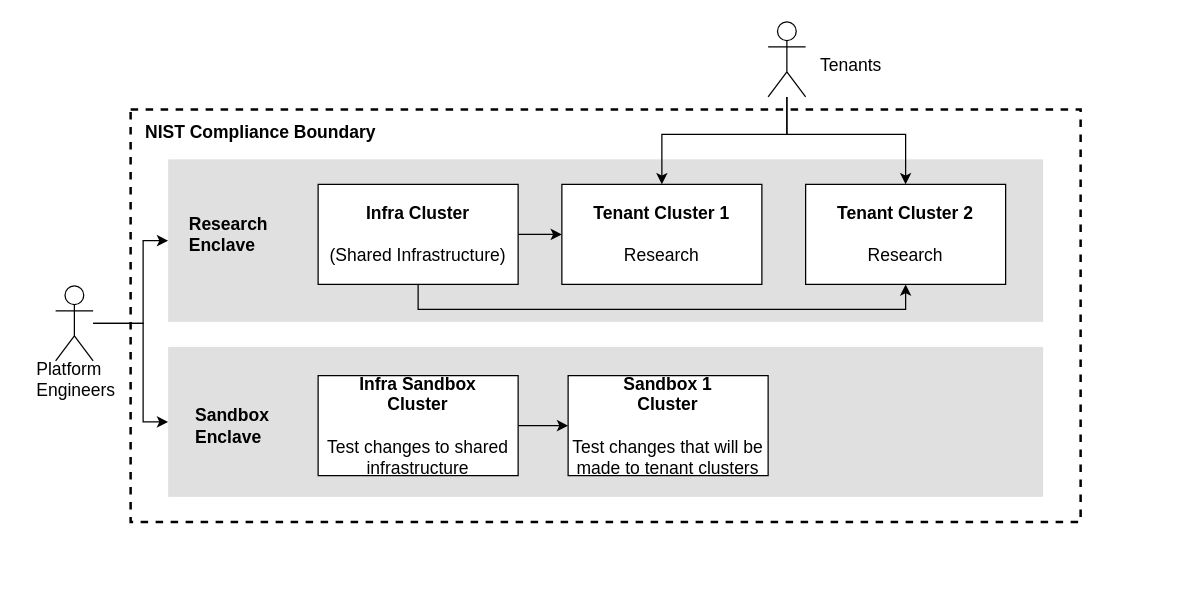
Above: page "Environments" (4 of 5) of diagrams/architecture-diagrams.drawio in CCI-MOC/ai-ivp (draw.io), before the change. Source tidied: cells renumbered, new cells numbered last; positions are measured from the earlier drawing's top-left corner, leaving out a move shared by most shapes. Both pictures are drawn from the tidied source at 125%, with x=0, y=0 at pixel (20, 21).
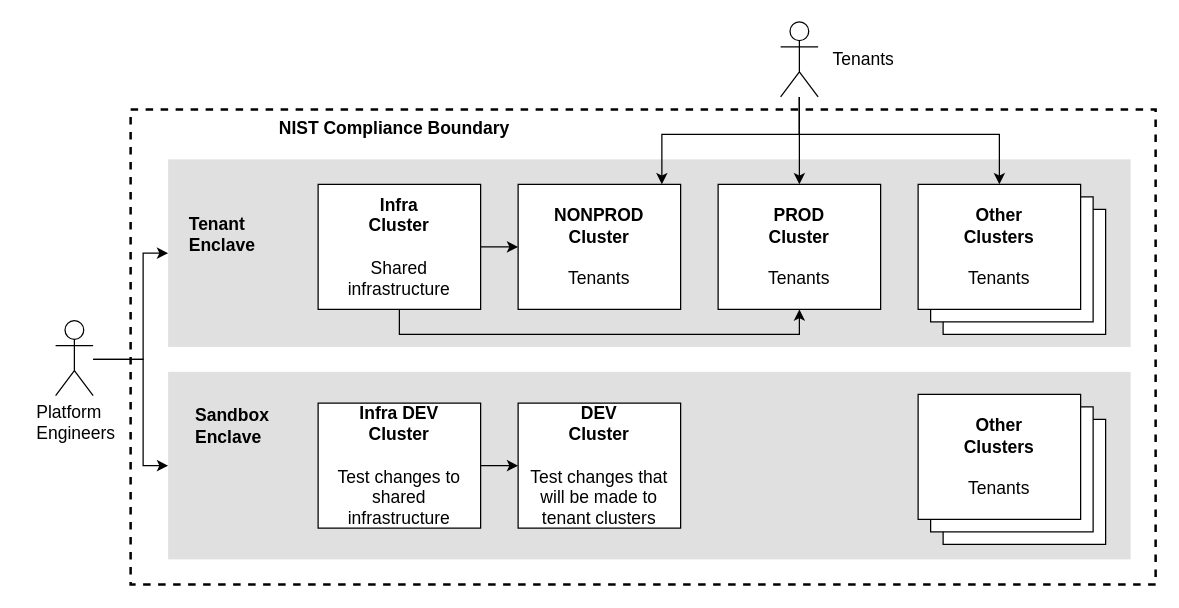
Above is the later version.

Commit message (it also covers changes not shown here):
Add environments diagram

What changed in the source:
```diff
@@
     <mxCell id="2" style="rounded=0;whiteSpace=wrap;html=1;strokeWidth=2;strokeColor=default;dashed=1;fillColor=none;fontSize=14;" parent="1" vertex="1">
-      <mxGeometry x="88" y="70" width="760" height="330" as="geometry" />
+      <mxGeometry x="88" y="70" width="820" height="380" as="geometry" />
     </mxCell>
+    <mxCell id="4" style="rounded=0;whiteSpace=wrap;html=1;strokeColor=none;fillColor=#e0e0e0;fontSize=14;horizontal=1;verticalAlign=middle;" parent="1" vertex="1">
+      <mxGeometry x="118" y="110" width="770" height="150" as="geometry" />
+    </mxCell>
+    <mxCell id="24" style="rounded=0;whiteSpace=wrap;html=1;fontSize=14;horizontal=1;verticalAlign=middle;" parent="1" vertex="1">
+      <mxGeometry x="738" y="150" width="130" height="100" as="geometry" />
+    </mxCell>
+    <mxCell id="25" style="rounded=0;whiteSpace=wrap;html=1;fontSize=14;horizontal=1;verticalAlign=middle;" parent="1" vertex="1">
+      <mxGeometry x="728" y="140" width="130" height="100" as="geometry" />
+    </mxCell>
     <mxCell id="3" value="&lt;font style=&quot;font-size: 14px;&quot;&gt;&lt;b style=&quot;&quot;&gt;NIST Compliance Boundary&lt;/b&gt;&lt;/font&gt;" style="text;html=1;align=left;verticalAlign=middle;whiteSpace=wrap;rounded=0;spacingLeft=10;fontSize=14;" parent="1" vertex="1">
-      <mxGeometry x="88" y="65" width="260" height="45" as="geometry" />
+      <mxGeometry x="195" y="62" width="260" height="45" as="geometry" />
     </mxCell>
-    <mxCell id="4" style="rounded=0;whiteSpace=wrap;html=1;strokeColor=none;fillColor=#e0e0e0;fontSize=14;horizontal=1;verticalAlign=middle;" parent="1" vertex="1">
-      <mxGeometry x="118" y="110" width="700" height="130" as="geometry" />
-    </mxCell>
     <mxCell id="5" style="edgeStyle=orthogonalEdgeStyle;rounded=0;jettySize=auto;html=1;" parent="1" edge="1" source="7" target="8">
       <mxGeometry relative="1" as="geometry">
         <Array as="points">
-          <mxPoint x="613" y="90" />
+          <mxPoint x="623" y="90" />
           <mxPoint x="513" y="90" />
         </Array>
       </mxGeometry>
     </mxCell>
-    <mxCell id="6" style="edgeStyle=orthogonalEdgeStyle;rounded=0;jettySize=auto;html=1;" parent="1" edge="1" source="7" target="15">
+    <mxCell id="6" style="edgeStyle=orthogonalEdgeStyle;rounded=0;jettySize=auto;html=1;entryX=0.5;entryY=0;entryDx=0;entryDy=0;" parent="1" edge="1" source="7" target="15">
       <mxGeometry relative="1" as="geometry">
         <Array as="points">
-          <mxPoint x="613" y="90" />
-          <mxPoint x="708" y="90" />
+          <mxPoint x="623" y="70" />
+          <mxPoint x="623" y="70" />
         </Array>
       </mxGeometry>
     </mxCell>
+    <mxCell id="26" style="edgeStyle=orthogonalEdgeStyle;rounded=0;jettySize=auto;html=1;" parent="1" edge="1" source="7" target="27">
+      <mxGeometry relative="1" as="geometry">
+        <Array as="points">
+          <mxPoint x="623" y="90" />
+          <mxPoint x="783" y="90" />
+        </Array>
+      </mxGeometry>
+    </mxCell>
     <mxCell id="7" style="shape=umlActor;verticalLabelPosition=bottom;verticalAlign=top;html=1;outlineConnect=0;" parent="1" vertex="1">
-      <mxGeometry x="598" width="30" height="60" as="geometry" />
+      <mxGeometry x="608" width="30" height="60" as="geometry" />
     </mxCell>
-    <mxCell id="8" value="&lt;b&gt;Tenant Cluster 1&lt;/b&gt;&lt;br&gt;&lt;br&gt;Research" style="rounded=0;whiteSpace=wrap;html=1;fontSize=14;horizontal=1;verticalAlign=middle;" parent="1" vertex="1">
-      <mxGeometry x="433" y="130" width="160" height="80" as="geometry" />
+    <mxCell id="8" value="&lt;b&gt;NONPROD&lt;br&gt;Cluster&lt;br&gt;&lt;/b&gt;&lt;br&gt;Tenants" style="rounded=0;whiteSpace=wrap;html=1;fontSize=14;horizontal=1;verticalAlign=middle;" parent="1" vertex="1">
+      <mxGeometry x="398" y="130" width="130" height="100" as="geometry" />
     </mxCell>
     <mxCell id="9" value="Tenants" style="text;html=1;align=left;verticalAlign=middle;whiteSpace=wrap;rounded=0;spacingLeft=10;fontSize=14;" parent="1" vertex="1">
-      <mxGeometry x="628" y="22.5" width="65" height="25" as="geometry" />
+      <mxGeometry x="638" y="17.5" width="65" height="25" as="geometry" />
     </mxCell>
-    <mxCell id="10" value="&lt;span style=&quot;font-size: 14px;&quot;&gt;&lt;font style=&quot;font-size: 14px;&quot;&gt;&lt;b&gt;Research Enclave&lt;/b&gt;&lt;/font&gt;&lt;/span&gt;" style="text;html=1;align=left;verticalAlign=middle;whiteSpace=wrap;rounded=0;spacingLeft=10;fontSize=14;" parent="1" vertex="1">
+    <mxCell id="10" value="&lt;span style=&quot;font-size: 14px;&quot;&gt;&lt;font style=&quot;font-size: 14px;&quot;&gt;&lt;b&gt;Tenant&lt;br&gt;Enclave&lt;/b&gt;&lt;/font&gt;&lt;/span&gt;" style="text;html=1;align=left;verticalAlign=middle;whiteSpace=wrap;rounded=0;spacingLeft=10;fontSize=14;" parent="1" vertex="1">
       <mxGeometry x="123" y="147.5" width="130" height="45" as="geometry" />
     </mxCell>
@@
-    <mxCell id="12" style="edgeStyle=orthogonalEdgeStyle;rounded=0;jettySize=auto;html=1;" parent="1" edge="1" source="13" target="15">
+    <mxCell id="12" style="edgeStyle=orthogonalEdgeStyle;rounded=0;jettySize=auto;html=1;entryX=0.5;entryY=1;entryDx=0;entryDy=0;" parent="1" edge="1" source="13" target="15">
       <mxGeometry relative="1" as="geometry">
         <Array as="points">
-          <mxPoint x="318" y="230" />
-          <mxPoint x="708" y="230" />
+          <mxPoint x="303" y="250" />
+          <mxPoint x="623" y="250" />
         </Array>
       </mxGeometry>
     </mxCell>
-    <mxCell id="13" value="&lt;b&gt;Infra Cluster&lt;/b&gt;&lt;br&gt;&lt;br&gt;(Shared Infrastructure)" style="rounded=0;whiteSpace=wrap;html=1;fontSize=14;horizontal=1;verticalAlign=middle;" parent="1" vertex="1">
-      <mxGeometry x="238" y="130" width="160" height="80" as="geometry" />
+    <mxCell id="13" value="&lt;b&gt;Infra&lt;br&gt;Cluster&lt;/b&gt;&lt;br&gt;&lt;br&gt;Shared infrastructure" style="rounded=0;whiteSpace=wrap;html=1;fontSize=14;horizontal=1;verticalAlign=middle;" parent="1" vertex="1">
+      <mxGeometry x="238" y="130" width="130" height="100" as="geometry" />
     </mxCell>
     <mxCell id="14" style="rounded=0;whiteSpace=wrap;html=1;strokeColor=none;fillColor=#e0e0e0;fontSize=14;horizontal=1;verticalAlign=middle;" parent="1" vertex="1">
-      <mxGeometry x="118" y="260" width="700" height="120" as="geometry" />
+      <mxGeometry x="118" y="280" width="770" height="150" as="geometry" />
     </mxCell>
-    <mxCell id="15" value="&lt;b&gt;Tenant Cluster 2&lt;/b&gt;&lt;br&gt;&lt;br&gt;Research" style="rounded=0;whiteSpace=wrap;html=1;fontSize=14;horizontal=1;verticalAlign=middle;" parent="1" vertex="1">
-      <mxGeometry x="628" y="130" width="160" height="80" as="geometry" />
+    <mxCell id="15" value="&lt;b&gt;PROD&lt;br&gt;Cluster&lt;/b&gt;&lt;br&gt;&lt;br&gt;Tenants" style="rounded=0;whiteSpace=wrap;html=1;fontSize=14;horizontal=1;verticalAlign=middle;" parent="1" vertex="1">
+      <mxGeometry x="558" y="130" width="130" height="100" as="geometry" />
     </mxCell>
     <mxCell id="16" style="edgeStyle=orthogonalEdgeStyle;rounded=0;jettySize=auto;html=1;entryX=0;entryY=0.5;entryDx=0;entryDy=0;" parent="1" edge="1" source="18" target="4">
       <mxGeometry relative="1" as="geometry">
         <Array as="points">
-          <mxPoint x="98" y="241" />
-          <mxPoint x="98" y="175" />
+          <mxPoint x="98" y="270" />
+          <mxPoint x="98" y="185" />
         </Array>
       </mxGeometry>
     </mxCell>
     <mxCell id="17" style="edgeStyle=orthogonalEdgeStyle;rounded=0;jettySize=auto;html=1;entryX=0;entryY=0.5;entryDx=0;entryDy=0;" parent="1" edge="1" source="18" target="14">
       <mxGeometry relative="1" as="geometry">
         <Array as="points">
-          <mxPoint x="98" y="241" />
-          <mxPoint x="98" y="320" />
+          <mxPoint x="98" y="270" />
+          <mxPoint x="98" y="355" />
         </Array>
       </mxGeometry>
     </mxCell>
     <mxCell id="18" style="shape=umlActor;verticalLabelPosition=bottom;verticalAlign=top;html=1;outlineConnect=0;" parent="1" vertex="1">
-      <mxGeometry x="28" y="211.2" width="30" height="60" as="geometry" />
+      <mxGeometry x="28" y="239" width="30" height="60" as="geometry" />
     </mxCell>
     <mxCell id="19" value="Platform Engineers" style="text;html=1;align=left;verticalAlign=middle;whiteSpace=wrap;rounded=0;spacingLeft=10;fontSize=14;" parent="1" vertex="1">
-      <mxGeometry x="0.5" y="273" width="65" height="25" as="geometry" />
+      <mxGeometry x="0.5" y="307" width="65" height="25" as="geometry" />
     </mxCell>
@@
-    <mxCell id="21" value="&lt;b&gt;Infra Sandbox&lt;/b&gt;&lt;br&gt;&lt;b&gt;Cluster&lt;/b&gt;&lt;br&gt;&lt;br&gt;Test changes to shared infrastructure" style="rounded=0;whiteSpace=wrap;html=1;fontSize=14;horizontal=1;verticalAlign=middle;" parent="1" vertex="1">
-      <mxGeometry x="238" y="283" width="160" height="80" as="geometry" />
+    <mxCell id="21" value="&lt;b&gt;Infra DEV&lt;/b&gt;&lt;br&gt;&lt;b&gt;Cluster&lt;/b&gt;&lt;br&gt;&lt;br&gt;Test changes to shared infrastructure" style="rounded=0;whiteSpace=wrap;html=1;fontSize=14;horizontal=1;verticalAlign=middle;" parent="1" vertex="1">
+      <mxGeometry x="238" y="305" width="130" height="100" as="geometry" />
     </mxCell>
@@
-    <mxCell id="23" value="&lt;b&gt;Sandbox 1&lt;/b&gt;&lt;br&gt;&lt;b&gt;Cluster&lt;/b&gt;&lt;br&gt;&lt;br&gt;Test changes that will be made to tenant clusters" style="rounded=0;whiteSpace=wrap;html=1;fontSize=14;horizontal=1;verticalAlign=middle;" parent="1" vertex="1">
-      <mxGeometry x="438" y="283" width="160" height="80" as="geometry" />
+    <mxCell id="23" value="&lt;b&gt;DEV&lt;/b&gt;&lt;br&gt;&lt;b&gt;Cluster&lt;/b&gt;&lt;br&gt;&lt;br&gt;Test changes that will be made to tenant clusters" style="rounded=0;whiteSpace=wrap;html=1;fontSize=14;horizontal=1;verticalAlign=middle;" parent="1" vertex="1">
+      <mxGeometry x="398" y="305" width="130" height="100" as="geometry" />
     </mxCell>
+    <mxCell id="27" value="&lt;b&gt;Other&lt;br&gt;Clusters&lt;/b&gt;&lt;div&gt;&lt;b&gt;&lt;br&gt;&lt;/b&gt;Tenants&lt;/div&gt;" style="rounded=0;whiteSpace=wrap;html=1;fontSize=14;horizontal=1;verticalAlign=middle;" parent="1" vertex="1">
+      <mxGeometry x="718" y="130" width="130" height="100" as="geometry" />
+    </mxCell>
+    <mxCell id="28" style="rounded=0;whiteSpace=wrap;html=1;fontSize=14;horizontal=1;verticalAlign=middle;" parent="1" vertex="1">
+      <mxGeometry x="738" y="318" width="130" height="100" as="geometry" />
+    </mxCell>
+    <mxCell id="29" style="rounded=0;whiteSpace=wrap;html=1;fontSize=14;horizontal=1;verticalAlign=middle;" parent="1" vertex="1">
+      <mxGeometry x="728" y="308" width="130" height="100" as="geometry" />
+    </mxCell>
+    <mxCell id="30" value="&lt;b&gt;Other&lt;br&gt;Clusters&lt;/b&gt;&lt;div&gt;&lt;b&gt;&lt;br&gt;&lt;/b&gt;Tenants&lt;/div&gt;" style="rounded=0;whiteSpace=wrap;html=1;fontSize=14;horizontal=1;verticalAlign=middle;" parent="1" vertex="1">
+      <mxGeometry x="718" y="298" width="130" height="100" as="geometry" />
+    </mxCell>
```
